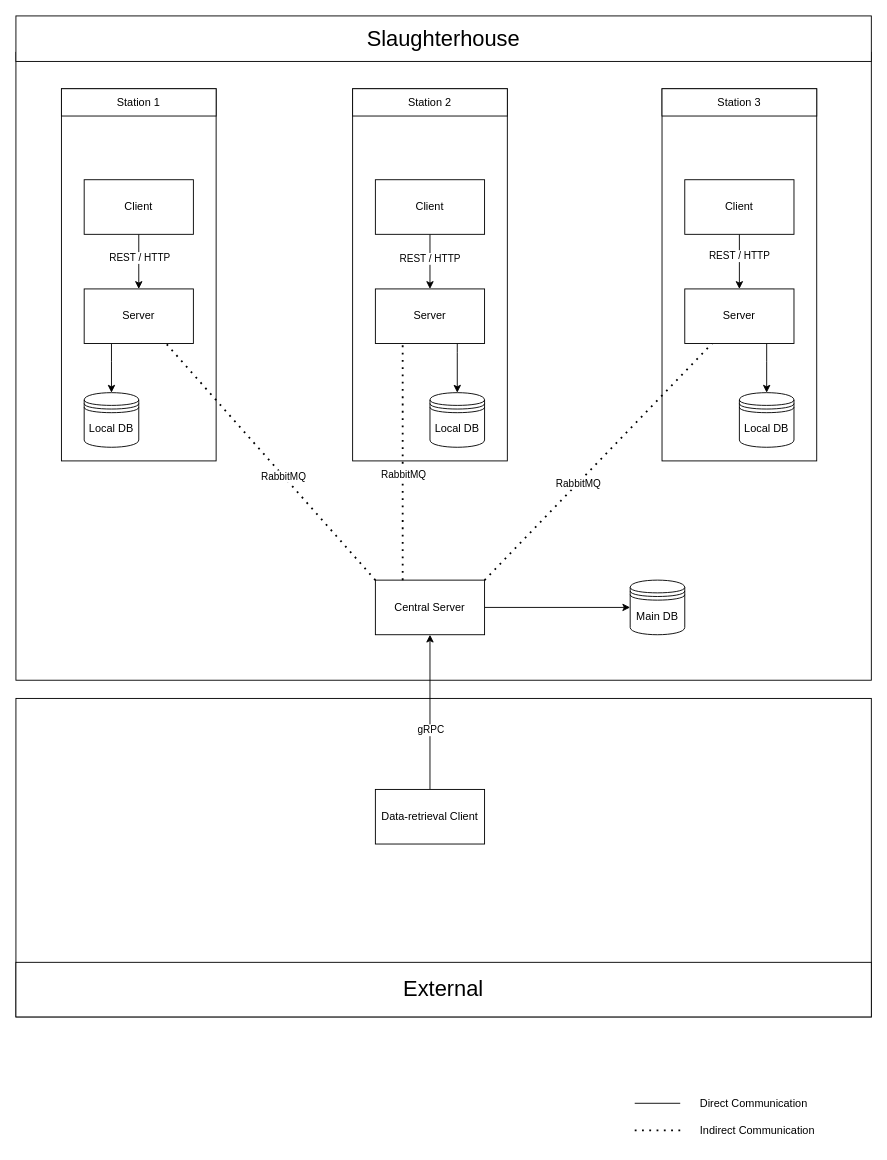
Before: Documentation/Architecture.drawio in SMguille/PRO3_Assignment04, a draw.io diagram. Source tidied: cells renumbered, new cells numbered last; positions are measured from the earlier drawing's top-left corner, leaving out a move shared by most shapes. Both pictures are drawn from the tidied source at 91%, with x=0, y=0 at pixel (15, 15).
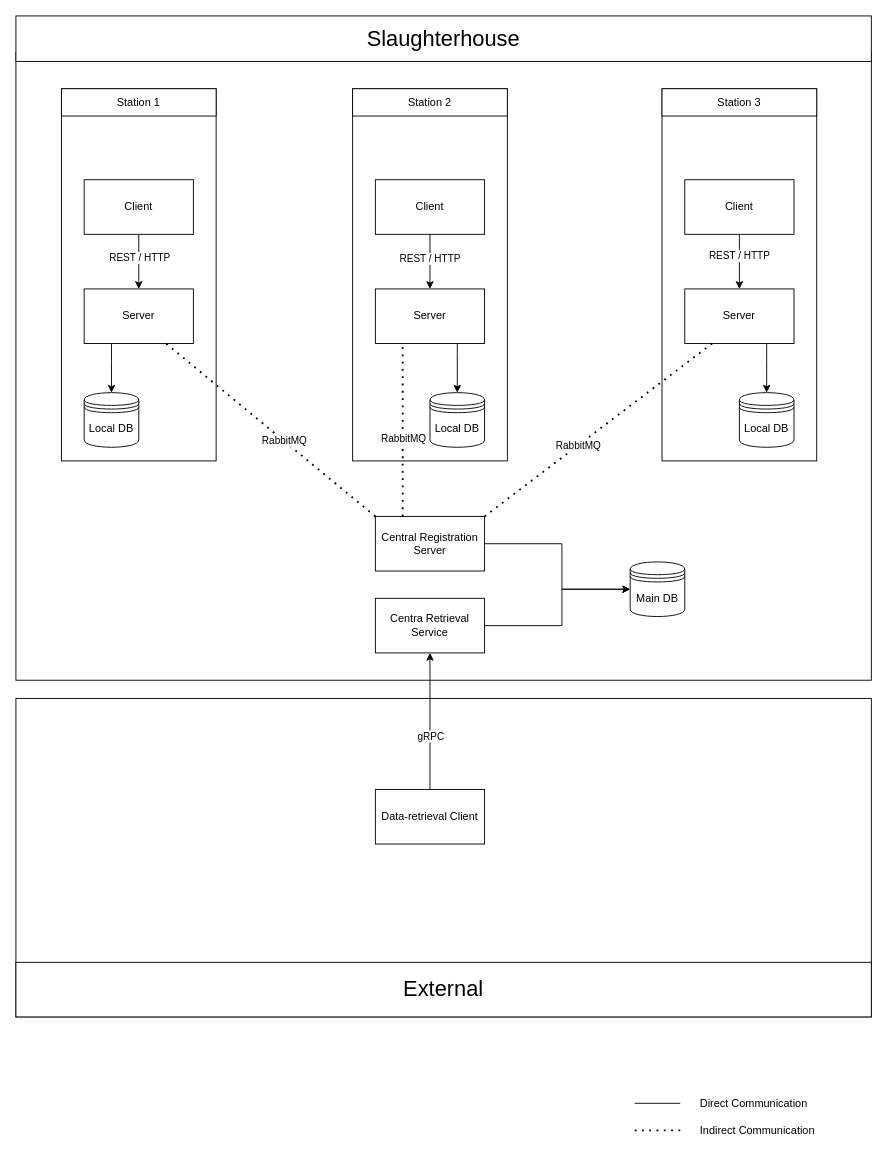
The same diagram, later.

The change refers to these unchanged cells:
```xml
<mxCell id="40" value="Data-retrieval Client" style="rounded=0;whiteSpace=wrap;html=1;" parent="1" vertex="1">
  <mxGeometry x="395" y="850" width="120" height="60" as="geometry" />
</mxCell>
```

What changed in the source:
```diff
@@
     <mxCell id="28" style="edgeStyle=orthogonalEdgeStyle;rounded=0;jettySize=auto;html=1;entryX=0;entryY=0.5;entryDx=0;entryDy=0;" parent="1" edge="1" source="29" target="30">
-      <mxGeometry relative="1" as="geometry" />
+      <mxGeometry relative="1" as="geometry">
+        <Array as="points">
+          <mxPoint x="600" y="580" />
+          <mxPoint x="600" y="630" />
+        </Array>
+      </mxGeometry>
     </mxCell>
-    <mxCell id="29" value="&lt;div&gt;Central Server&lt;/div&gt;" style="rounded=0;whiteSpace=wrap;html=1;" parent="1" vertex="1">
-      <mxGeometry x="395" y="620" width="120" height="60" as="geometry" />
+    <mxCell id="29" value="&lt;div&gt;Central Registration Server&lt;/div&gt;" style="rounded=0;whiteSpace=wrap;html=1;" parent="1" vertex="1">
+      <mxGeometry x="395" y="550" width="120" height="60" as="geometry" />
     </mxCell>
     <mxCell id="30" value="Main DB" style="shape=datastore;whiteSpace=wrap;html=1;" parent="1" vertex="1">
-      <mxGeometry x="675" y="620" width="60" height="60" as="geometry" />
+      <mxGeometry x="675" y="600" width="60" height="60" as="geometry" />
     </mxCell>
@@
-    <mxCell id="38" style="edgeStyle=orthogonalEdgeStyle;rounded=0;jettySize=auto;html=1;entryX=0.5;entryY=1;entryDx=0;entryDy=0;" parent="1" edge="1" source="40" target="29">
+    <mxCell id="38" style="edgeStyle=orthogonalEdgeStyle;rounded=0;jettySize=auto;html=1;entryX=0.5;entryY=1;entryDx=0;entryDy=0;" parent="1" edge="1" source="40" target="46">
       <mxGeometry relative="1" as="geometry" />
     </mxCell>
@@
+    <mxCell id="46" value="&lt;div&gt;Centra Retrieval Service&lt;/div&gt;" style="rounded=0;whiteSpace=wrap;html=1;" parent="1" vertex="1">
+      <mxGeometry x="395" y="640" width="120" height="60" as="geometry" />
+    </mxCell>
+    <mxCell id="47" style="edgeStyle=orthogonalEdgeStyle;rounded=0;jettySize=auto;html=1;exitX=1;exitY=0.5;exitDx=0;exitDy=0;entryX=0;entryY=0.5;entryDx=0;entryDy=0;" parent="1" edge="1" source="46" target="30">
+      <mxGeometry relative="1" as="geometry">
+        <Array as="points">
+          <mxPoint x="600" y="670" />
+          <mxPoint x="600" y="630" />
+        </Array>
+      </mxGeometry>
+    </mxCell>
```
